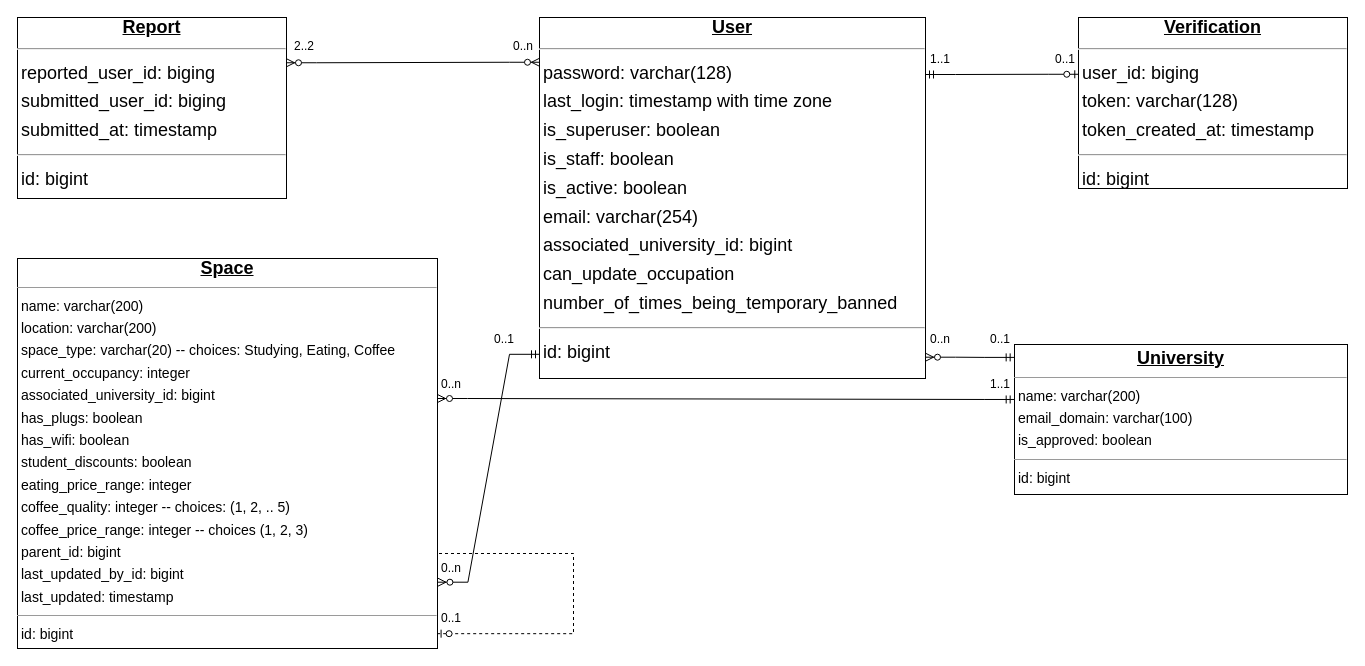
Above: report/diagrams/db.drawio in tupkalenkodi/is_it_full (draw.io), before the change. Source tidied: cells renumbered, new cells numbered last; positions are measured from the earlier drawing's top-left corner, leaving out a move shared by most shapes. Both pictures are drawn from the tidied source at 100%, with x=0, y=0 at pixel (17, 17).
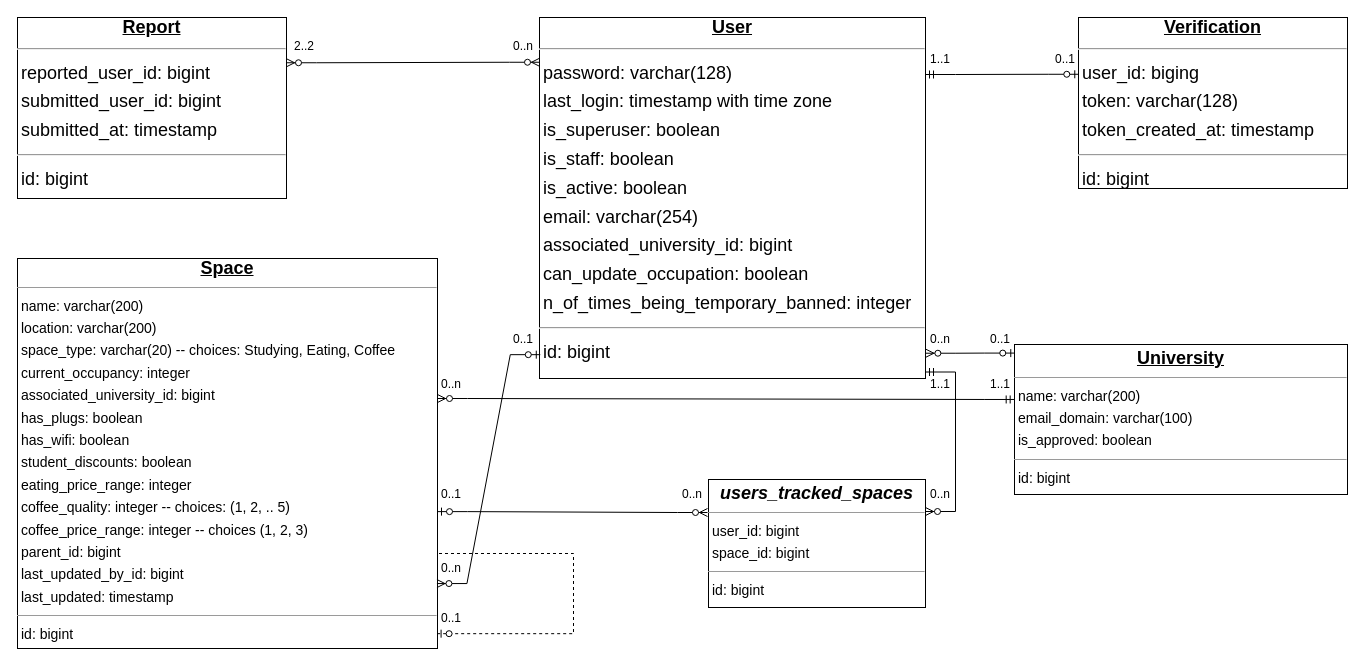
The same page after the edit.

Unchanged cells that the change refers to:
```xml
<mxCell id="2" value="&lt;div align=&quot;center&quot;&gt;&lt;b&gt;&lt;u&gt;&lt;font style=&quot;font-size: 18px;&quot;&gt;Space&lt;/font&gt;&lt;/u&gt;&lt;/b&gt;&lt;/div&gt;&lt;hr size=&quot;1&quot;&gt;&lt;p style=&quot;margin:0 0 0 4px;line-height:1.6;&quot;&gt; name: varchar(200)&lt;br&gt; location: varchar(200)&lt;br&gt; space_type: varchar(20) -- choices: Studying, Eating, Coffee&lt;br&gt; current_occupancy: integer&lt;br&gt;associated_university_id: bigint&lt;br&gt;has_plugs: boolean&lt;br&gt; has_wifi: boolean&lt;br&gt; student_discounts: boolean&lt;br&gt; eating_price_range: integer&lt;br&gt; coffee_quality: integer -- choices: (1, 2, .. 5)&lt;br&gt; coffee_price_range: integer -- choices (1, 2, 3)&lt;br&gt; parent_id: bigint&lt;br&gt;last_updated_by_id: bigint&lt;/p&gt;&lt;p style=&quot;margin:0 0 0 4px;line-height:1.6;&quot;&gt;last_updated: timestamp&lt;/p&gt;&lt;hr size=&quot;1&quot;&gt;&lt;p style=&quot;margin:0 0 0 4px;line-height:1.6;&quot;&gt; id: bigint&lt;/p&gt;" style="verticalAlign=top;align=left;overflow=fill;fontSize=14;fontFamily=Helvetica;html=1;rounded=0;shadow=0;comic=0;labelBackgroundColor=none;strokeWidth=1;" parent="1" vertex="1">
  <mxGeometry y="241" width="420" height="390" as="geometry" />
</mxCell>
<mxCell id="3" value="&lt;p style=&quot;margin: 4px 0px 0px;&quot; align=&quot;center&quot;&gt;&lt;b&gt;&lt;u&gt;&lt;font style=&quot;font-size: 18px;&quot;&gt;University&lt;/font&gt;&lt;/u&gt;&lt;/b&gt;&lt;/p&gt;&lt;hr size=&quot;1&quot;&gt;&lt;p style=&quot;margin:0 0 0 4px;line-height:1.6;&quot;&gt; name: varchar(200)&lt;br&gt; email_domain: varchar(100)&lt;br&gt; is_approved: boolean&lt;/p&gt;&lt;hr size=&quot;1&quot;&gt;&lt;p style=&quot;margin:0 0 0 4px;line-height:1.6;&quot;&gt; id: bigint&lt;/p&gt;" style="verticalAlign=top;align=left;overflow=fill;fontSize=14;fontFamily=Helvetica;html=1;rounded=0;shadow=0;comic=0;labelBackgroundColor=none;strokeWidth=1;" parent="1" vertex="1">
  <mxGeometry x="997" y="327" width="333" height="150" as="geometry" />
</mxCell>
<mxCell id="8" value="0..1" style="text;html=1;whiteSpace=wrap;strokeColor=none;fillColor=none;align=center;verticalAlign=middle;rounded=0;labelBackgroundColor=none;" parent="1" vertex="1">
  <mxGeometry x="953" y="307" width="60" height="30" as="geometry" />
</mxCell>
<mxCell id="14" value="&lt;div&gt;0..n&lt;/div&gt;" style="text;html=1;whiteSpace=wrap;strokeColor=none;fillColor=none;align=center;verticalAlign=middle;rounded=0;labelBackgroundColor=none;" parent="1" vertex="1">
  <mxGeometry x="409" y="536" width="50" height="30" as="geometry" />
</mxCell>
```

The edit, as a diff of the source:
```diff
@@
-    <mxCell id="4" value="&lt;div align=&quot;center&quot;&gt;&lt;b&gt;&lt;u&gt;User&lt;/u&gt;&lt;/b&gt;&lt;/div&gt;&lt;hr&gt;&lt;p style=&quot;margin:0 0 0 4px;line-height:1.6;&quot;&gt; password: varchar(128)&lt;br&gt; last_login: timestamp with time zone&lt;br&gt; is_superuser: boolean&lt;br&gt; is_staff: boolean&lt;br&gt; is_active: boolean&lt;br&gt; email: varchar(254)&lt;br&gt; associated_university_id: bigint&lt;br&gt;can_update_occupation&amp;nbsp;&lt;/p&gt;&lt;p style=&quot;margin:0 0 0 4px;line-height:1.6;&quot;&gt;number_of_times_being_temporary_banned&amp;nbsp;&lt;/p&gt;&lt;hr&gt;&lt;p style=&quot;margin:0 0 0 4px;line-height:1.6;&quot; align=&quot;left&quot;&gt; id: bigint&lt;/p&gt;" style="verticalAlign=top;align=left;overflow=fill;fontSize=18;fontFamily=Helvetica;html=1;rounded=0;shadow=0;comic=0;labelBackgroundColor=none;strokeWidth=1;" parent="1" vertex="1">
+    <mxCell id="4" value="&lt;div align=&quot;center&quot;&gt;&lt;b&gt;&lt;u&gt;User&lt;/u&gt;&lt;/b&gt;&lt;/div&gt;&lt;hr&gt;&lt;p style=&quot;margin:0 0 0 4px;line-height:1.6;&quot;&gt; password: varchar(128)&lt;br&gt; last_login: timestamp with time zone&lt;br&gt; is_superuser: boolean&lt;br&gt; is_staff: boolean&lt;br&gt; is_active: boolean&lt;br&gt; email: varchar(254)&lt;br&gt; associated_university_id: bigint&lt;br&gt;can_update_occupation: boolean&amp;nbsp;&lt;/p&gt;&lt;p style=&quot;margin:0 0 0 4px;line-height:1.6;&quot;&gt;n_of_times_being_temporary_banned: integer&lt;/p&gt;&lt;hr&gt;&lt;p style=&quot;margin:0 0 0 4px;line-height:1.6;&quot; align=&quot;left&quot;&gt; id: bigint&lt;/p&gt;" style="verticalAlign=top;align=left;overflow=fill;fontSize=18;fontFamily=Helvetica;html=1;rounded=0;shadow=0;comic=0;labelBackgroundColor=none;strokeWidth=1;" parent="1" vertex="1">
       <mxGeometry x="522" width="386" height="361" as="geometry" />
     </mxCell>
     <mxCell id="5" value="0..1" style="text;html=1;whiteSpace=wrap;strokeColor=none;fillColor=none;align=center;verticalAlign=middle;rounded=0;labelBackgroundColor=none;" parent="1" vertex="1">
-      <mxGeometry x="457" y="307" width="60" height="30" as="geometry" />
+      <mxGeometry x="476" y="307" width="60" height="30" as="geometry" />
     </mxCell>
-    <mxCell id="6" style="edgeStyle=entityRelationEdgeStyle;fontSize=12;html=1;endArrow=ERzeroToMany;startArrow=ERmandOne;rounded=0;exitX=0;exitY=0.933;exitDx=0;exitDy=0;exitPerimeter=0;entryX=1.001;entryY=0.83;entryDx=0;entryDy=0;entryPerimeter=0;labelBackgroundColor=none;fontColor=default;" parent="1" edge="1" source="4" target="2">
-      <mxGeometry relative="1" as="geometry" />
-    </mxCell>
@@
-    <mxCell id="9" style="edgeStyle=entityRelationEdgeStyle;fontSize=12;html=1;endArrow=ERzeroToMany;startArrow=ERmandOne;rounded=0;entryX=1;entryY=0.941;entryDx=0;entryDy=0;entryPerimeter=0;exitX=-0.001;exitY=0.086;exitDx=0;exitDy=0;exitPerimeter=0;labelBackgroundColor=none;fontColor=default;" parent="1" edge="1" source="3" target="4">
-      <mxGeometry relative="1" as="geometry" />
-    </mxCell>
@@
-    <mxCell id="19" value="&lt;div align=&quot;center&quot;&gt;&lt;b&gt;&lt;u&gt;Report&lt;/u&gt;&lt;/b&gt;&lt;/div&gt;&lt;hr&gt;&lt;p style=&quot;margin:0 0 0 4px;line-height:1.6;&quot;&gt;reported_user_id: biging&lt;br&gt;submitted_user_id: biging&lt;/p&gt;&lt;p style=&quot;margin:0 0 0 4px;line-height:1.6;&quot;&gt;submitted_at: timestamp&lt;/p&gt;&lt;hr&gt;&lt;p style=&quot;margin:0 0 0 4px;line-height:1.6;&quot; align=&quot;left&quot;&gt; id: bigint&lt;/p&gt;" style="verticalAlign=top;align=left;overflow=fill;fontSize=18;fontFamily=Helvetica;html=1;rounded=0;shadow=0;comic=0;labelBackgroundColor=none;strokeWidth=1;" parent="1" vertex="1">
+    <mxCell id="19" value="&lt;div align=&quot;center&quot;&gt;&lt;b&gt;&lt;u&gt;Report&lt;/u&gt;&lt;/b&gt;&lt;/div&gt;&lt;hr&gt;&lt;p style=&quot;margin:0 0 0 4px;line-height:1.6;&quot;&gt;reported_user_id: bigint&lt;br&gt;submitted_user_id: bigint&lt;/p&gt;&lt;p style=&quot;margin:0 0 0 4px;line-height:1.6;&quot;&gt;submitted_at: timestamp&lt;/p&gt;&lt;hr&gt;&lt;p style=&quot;margin:0 0 0 4px;line-height:1.6;&quot; align=&quot;left&quot;&gt; id: bigint&lt;/p&gt;" style="verticalAlign=top;align=left;overflow=fill;fontSize=18;fontFamily=Helvetica;html=1;rounded=0;shadow=0;comic=0;labelBackgroundColor=none;strokeWidth=1;" parent="1" vertex="1">
       <mxGeometry width="269" height="181" as="geometry" />
     </mxCell>
@@
+    <mxCell id="24" value="&lt;p style=&quot;margin: 4px 0px 0px;&quot; align=&quot;center&quot;&gt;&lt;font style=&quot;font-size: 18px;&quot;&gt;&lt;b&gt;&lt;i&gt;users_tracked_spaces&lt;/i&gt;&lt;/b&gt;&lt;/font&gt;&lt;/p&gt;&lt;hr size=&quot;1&quot;&gt;&lt;p style=&quot;margin:0 0 0 4px;line-height:1.6;&quot;&gt;user_id: bigint&lt;/p&gt;&lt;p style=&quot;margin:0 0 0 4px;line-height:1.6;&quot;&gt;space_id: bigint&lt;/p&gt;&lt;hr size=&quot;1&quot;&gt;&lt;p style=&quot;margin:0 0 0 4px;line-height:1.6;&quot;&gt; id: bigint&lt;/p&gt;" style="verticalAlign=top;align=left;overflow=fill;fontSize=14;fontFamily=Helvetica;html=1;rounded=0;shadow=0;comic=0;labelBackgroundColor=none;strokeWidth=1;" parent="1" vertex="1">
+      <mxGeometry x="691" y="462" width="217" height="128" as="geometry" />
+    </mxCell>
+    <mxCell id="25" style="edgeStyle=entityRelationEdgeStyle;fontSize=12;html=1;endArrow=ERzeroToMany;startArrow=ERmandOne;rounded=0;entryX=1;entryY=0.25;entryDx=0;entryDy=0;exitX=1;exitY=0.982;exitDx=0;exitDy=0;labelBackgroundColor=none;fontColor=default;exitPerimeter=0;" parent="1" edge="1" source="4" target="24">
+      <mxGeometry relative="1" as="geometry" />
+    </mxCell>
+    <mxCell id="26" value="1..1" style="text;html=1;whiteSpace=wrap;strokeColor=none;fillColor=none;align=center;verticalAlign=middle;rounded=0;labelBackgroundColor=none;" parent="1" vertex="1">
+      <mxGeometry x="893" y="352" width="60" height="30" as="geometry" />
+    </mxCell>
+    <mxCell id="27" value="0..n" style="text;html=1;whiteSpace=wrap;strokeColor=none;fillColor=none;align=center;verticalAlign=middle;rounded=0;labelBackgroundColor=none;" parent="1" vertex="1">
+      <mxGeometry x="893" y="462" width="60" height="30" as="geometry" />
+    </mxCell>
+    <mxCell id="28" value="&lt;div&gt;0..n&lt;/div&gt;" style="text;html=1;whiteSpace=wrap;strokeColor=none;fillColor=none;align=center;verticalAlign=middle;rounded=0;labelBackgroundColor=none;" parent="1" vertex="1">
+      <mxGeometry x="650" y="462" width="50" height="30" as="geometry" />
+    </mxCell>
+    <mxCell id="29" style="edgeStyle=entityRelationEdgeStyle;fontSize=12;html=1;endArrow=ERzeroToMany;startArrow=ERzeroToOne;rounded=0;exitX=0.002;exitY=0.934;exitDx=0;exitDy=0;exitPerimeter=0;entryX=0.209;entryY=1.002;entryDx=0;entryDy=0;entryPerimeter=0;" parent="1" edge="1" source="4" target="14">
+      <mxGeometry relative="1" as="geometry" />
+    </mxCell>
+    <mxCell id="30" style="edgeStyle=entityRelationEdgeStyle;fontSize=12;html=1;endArrow=ERzeroToMany;startArrow=ERzeroToOne;rounded=0;exitX=1;exitY=0.649;exitDx=0;exitDy=0;exitPerimeter=0;" parent="1" edge="1" source="2">
+      <mxGeometry relative="1" as="geometry">
+        <mxPoint x="690" y="495" as="targetPoint" />
+      </mxGeometry>
+    </mxCell>
+    <mxCell id="31" value="0..1" style="text;html=1;whiteSpace=wrap;strokeColor=none;fillColor=none;align=center;verticalAlign=middle;rounded=0;labelBackgroundColor=none;" parent="1" vertex="1">
+      <mxGeometry x="404" y="462" width="60" height="30" as="geometry" />
+    </mxCell>
+    <mxCell id="32" style="edgeStyle=entityRelationEdgeStyle;fontSize=12;html=1;endArrow=ERzeroToMany;startArrow=ERzeroToOne;rounded=0;exitX=0.738;exitY=0.953;exitDx=0;exitDy=0;exitPerimeter=0;entryX=1.001;entryY=0.93;entryDx=0;entryDy=0;entryPerimeter=0;" parent="1" edge="1" source="8" target="4">
+      <mxGeometry relative="1" as="geometry" />
+    </mxCell>
```
